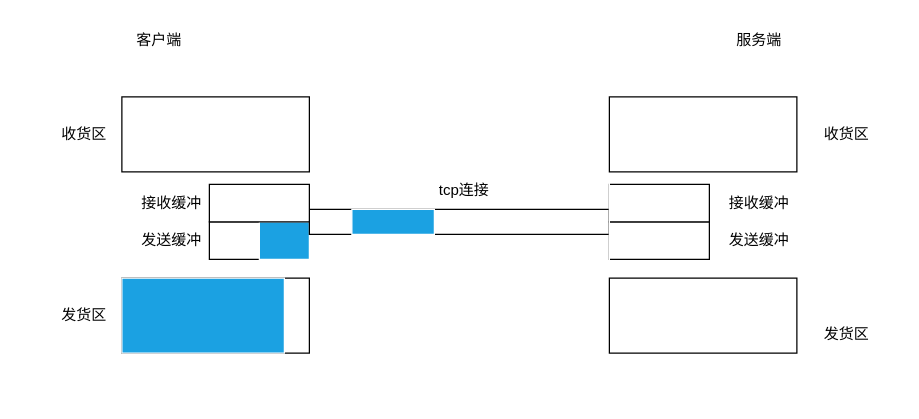
Above: page "拆包图" (1 of 6) of docs/easy_net.drawio in HLhuanglang/eNET (draw.io), before the change. Source tidied: cells renumbered, new cells numbered last; positions are measured from the earlier drawing's top-left corner, leaving out a move shared by most shapes. Both pictures are drawn from the tidied source at 125%, with x=0, y=0 at pixel (21, 21).
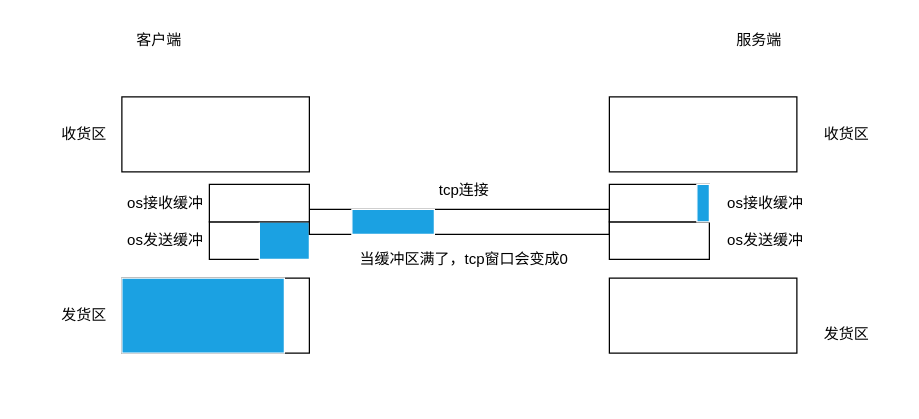
Above is the later version.

What changed in the source:
```diff
@@
+    <mxCell id="19" style="rounded=1;whiteSpace=wrap;html=1;strokeColor=#FFFFFF;fillColor=none;" parent="1" vertex="1">
+      <mxGeometry x="470" y="30" width="230" height="270" as="geometry" />
+    </mxCell>
@@
-    <mxCell id="8" value="发送缓冲" style="text;html=1;strokeColor=none;fillColor=none;align=center;verticalAlign=middle;whiteSpace=wrap;rounded=0;" parent="1" vertex="1">
-      <mxGeometry x="90" y="160" width="60" height="30" as="geometry" />
+    <mxCell id="8" value="os发送缓冲" style="text;html=1;strokeColor=none;fillColor=none;align=center;verticalAlign=middle;whiteSpace=wrap;rounded=0;" parent="1" vertex="1">
+      <mxGeometry x="80" y="160" width="70" height="30" as="geometry" />
     </mxCell>
@@
-    <mxCell id="10" value="接收缓冲" style="text;html=1;strokeColor=none;fillColor=none;align=center;verticalAlign=middle;whiteSpace=wrap;rounded=0;" parent="1" vertex="1">
-      <mxGeometry x="90" y="130" width="60" height="30" as="geometry" />
+    <mxCell id="10" value="os接收缓冲" style="text;html=1;strokeColor=none;fillColor=none;align=center;verticalAlign=middle;whiteSpace=wrap;rounded=0;" parent="1" vertex="1">
+      <mxGeometry x="80" y="130" width="70" height="30" as="geometry" />
     </mxCell>
@@
-    <mxCell id="14" value="发送缓冲" style="text;html=1;strokeColor=none;fillColor=none;align=center;verticalAlign=middle;whiteSpace=wrap;rounded=0;" parent="1" vertex="1">
-      <mxGeometry x="560" y="160" width="60" height="30" as="geometry" />
+    <mxCell id="14" value="os发送缓冲" style="text;html=1;strokeColor=none;fillColor=none;align=center;verticalAlign=middle;whiteSpace=wrap;rounded=0;" parent="1" vertex="1">
+      <mxGeometry x="560" y="160" width="70" height="30" as="geometry" />
     </mxCell>
@@
-    <mxCell id="16" value="接收缓冲" style="text;html=1;strokeColor=none;fillColor=none;align=center;verticalAlign=middle;whiteSpace=wrap;rounded=0;" parent="1" vertex="1">
-      <mxGeometry x="560" y="130" width="60" height="30" as="geometry" />
+    <mxCell id="16" value="os接收缓冲" style="text;html=1;strokeColor=none;fillColor=none;align=center;verticalAlign=middle;whiteSpace=wrap;rounded=0;" parent="1" vertex="1">
+      <mxGeometry x="560" y="130" width="70" height="30" as="geometry" />
     </mxCell>
@@
-    <mxCell id="19" style="rounded=1;whiteSpace=wrap;html=1;strokeColor=#FFFFFF;fillColor=none;" parent="1" vertex="1">
-      <mxGeometry x="470" y="30" width="230" height="270" as="geometry" />
-    </mxCell>
@@
+    <mxCell id="27" style="rounded=0;whiteSpace=wrap;html=1;fillColor=#1ba1e2;fontColor=#ffffff;strokeColor=#FFFFFF;" parent="1" vertex="1">
+      <mxGeometry x="540" y="130" width="10" height="30" as="geometry" />
+    </mxCell>
+    <mxCell id="28" value="当缓冲区满了，tcp窗口会变成0" style="text;html=1;strokeColor=none;fillColor=none;align=center;verticalAlign=middle;whiteSpace=wrap;rounded=0;" parent="1" vertex="1">
+      <mxGeometry x="269" y="175" width="170" height="30" as="geometry" />
+    </mxCell>
```
